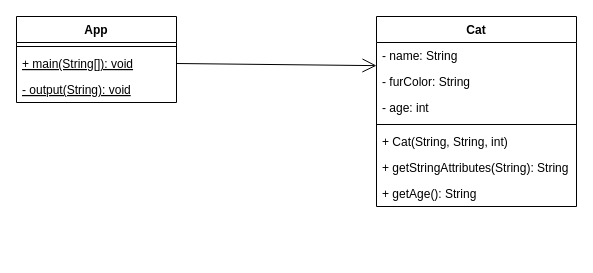
Above: klassendiagramm.drawio in mariussimen/03a_Klassen_Objekte_3 (draw.io), before the change. Source tidied: cells renumbered, new cells numbered last; positions are measured from the earlier drawing's top-left corner, leaving out a move shared by most shapes. Both pictures are drawn from the tidied source at 100%, with x=0, y=0 at pixel (16, 16).
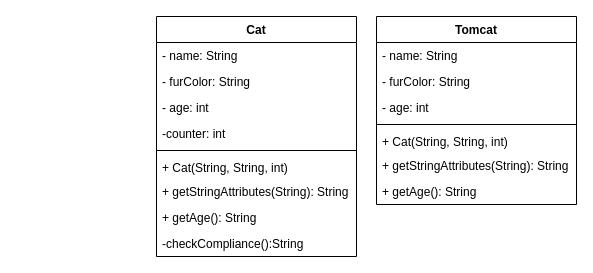
Above is the later version.

What changed in the source:
```diff
@@
 <mxGraphModel>
   <root>
     <mxCell id="0" />
     <mxCell id="1" parent="0" />
-    <mxCell id="2" value="Cat" style="swimlane;fontStyle=1;align=center;verticalAlign=top;horizontal=1;startSize=26;" parent="1" vertex="1">
-      <mxGeometry x="360" width="200" height="190" as="geometry" />
+    <mxCell id="2" value="Tomcat" style="swimlane;fontStyle=1;align=center;verticalAlign=top;horizontal=1;startSize=26;" parent="1" vertex="1">
+      <mxGeometry x="360" width="200" height="188" as="geometry" />
     </mxCell>
     <mxCell id="3" value="- name: String" style="text;strokeColor=none;fillColor=none;align=left;verticalAlign=top;spacingLeft=4;spacingRight=4;overflow=hidden;points=[[0,0.5],[1,0.5]];portConstraint=eastwest;" parent="2" vertex="1">
       <mxGeometry y="26" width="200" height="26" as="geometry" />
     </mxCell>
     <mxCell id="4" value="- furColor: String" style="text;strokeColor=none;fillColor=none;align=left;verticalAlign=top;spacingLeft=4;spacingRight=4;overflow=hidden;" parent="2" vertex="1">
       <mxGeometry y="52" width="200" height="26" as="geometry" />
     </mxCell>
-    <mxCell id="5" value="- age: int" style="text;strokeColor=none;fillColor=none;align=left;verticalAlign=top;spacingLeft=4;spacingRight=4;overflow=hidden;" parent="2" vertex="1">
+    <mxCell id="5" value="- age: int&#10;" style="text;strokeColor=none;fillColor=none;align=left;verticalAlign=top;spacingLeft=4;spacingRight=4;overflow=hidden;" parent="2" vertex="1">
       <mxGeometry y="78" width="200" height="26" as="geometry" />
     </mxCell>
     <mxCell id="6" style="line;strokeWidth=1;fillColor=none;align=left;verticalAlign=middle;spacingTop=-1;spacingLeft=3;spacingRight=3;labelPosition=right;strokeColor=inherit;" parent="2" vertex="1">
       <mxGeometry y="104" width="200" height="8" as="geometry" />
     </mxCell>
     <mxCell id="7" value="+ Cat(String, String, int)" style="text;strokeColor=none;fillColor=none;align=left;verticalAlign=top;spacingLeft=4;spacingRight=4;overflow=hidden;" parent="2" vertex="1">
-      <mxGeometry y="112" width="200" height="26" as="geometry" />
+      <mxGeometry y="112" width="200" height="24" as="geometry" />
     </mxCell>
     <mxCell id="8" value="+ getStringAttributes(String): String" style="text;strokeColor=none;fillColor=none;align=left;verticalAlign=top;spacingLeft=4;spacingRight=4;overflow=hidden;" parent="2" vertex="1">
-      <mxGeometry y="138" width="200" height="26" as="geometry" />
+      <mxGeometry y="136" width="200" height="26" as="geometry" />
     </mxCell>
     <mxCell id="9" value="+ getAge(): String" style="text;strokeColor=none;fillColor=none;align=left;verticalAlign=top;spacingLeft=4;spacingRight=4;overflow=hidden;" parent="2" vertex="1">
-      <mxGeometry y="164" width="200" height="26" as="geometry" />
+      <mxGeometry y="162" width="200" height="26" as="geometry" />
     </mxCell>
-    <mxCell id="10" value="App" style="swimlane;fontStyle=1;align=center;verticalAlign=top;horizontal=1;startSize=26;" parent="1" vertex="1">
-      <mxGeometry width="160" height="86" as="geometry" />
-    </mxCell>
-    <mxCell id="11" style="line;strokeWidth=1;fillColor=none;align=left;verticalAlign=middle;spacingTop=-1;spacingLeft=3;spacingRight=3;labelPosition=right;strokeColor=inherit;" parent="10" vertex="1">
-      <mxGeometry y="26" width="160" height="8" as="geometry" />
-    </mxCell>
-    <mxCell id="12" value="+ main(String[]): void" style="text;strokeColor=none;fillColor=none;align=left;verticalAlign=top;spacingLeft=4;spacingRight=4;overflow=hidden;points=[[0,0.5],[1,0.5]];portConstraint=eastwest;fontStyle=4;" parent="10" vertex="1">
-      <mxGeometry y="34" width="160" height="26" as="geometry" />
-    </mxCell>
-    <mxCell id="13" value="- output(String): void" style="text;strokeColor=none;fillColor=none;align=left;verticalAlign=top;spacingLeft=4;spacingRight=4;overflow=hidden;fontStyle=4;" parent="10" vertex="1">
-      <mxGeometry y="60" width="160" height="26" as="geometry" />
-    </mxCell>
-    <mxCell id="14" style="endArrow=open;endFill=1;endSize=12;html=1;exitX=1;exitY=0.5;exitDx=0;exitDy=0;entryX=0;entryY=0.89;entryDx=0;entryDy=0;entryPerimeter=0;" parent="1" edge="1" source="12" target="3">
-      <mxGeometry relative="1" as="geometry" />
-    </mxCell>
+    <mxCell id="15" value="Cat" style="swimlane;fontStyle=1;align=center;verticalAlign=top;horizontal=1;startSize=26;" parent="1" vertex="1">
+      <mxGeometry x="140" width="200" height="240" as="geometry" />
+    </mxCell>
+    <mxCell id="16" value="- name: String" style="text;strokeColor=none;fillColor=none;align=left;verticalAlign=top;spacingLeft=4;spacingRight=4;overflow=hidden;" parent="15" vertex="1">
+      <mxGeometry y="26" width="200" height="26" as="geometry" />
+    </mxCell>
+    <mxCell id="17" value="- furColor: String" style="text;strokeColor=none;fillColor=none;align=left;verticalAlign=top;spacingLeft=4;spacingRight=4;overflow=hidden;" parent="15" vertex="1">
+      <mxGeometry y="52" width="200" height="26" as="geometry" />
+    </mxCell>
+    <mxCell id="18" value="- age: int&#10;" style="text;strokeColor=none;fillColor=none;align=left;verticalAlign=top;spacingLeft=4;spacingRight=4;overflow=hidden;" parent="15" vertex="1">
+      <mxGeometry y="78" width="200" height="26" as="geometry" />
+    </mxCell>
+    <mxCell id="19" value="-counter: int" style="text;strokeColor=none;fillColor=none;align=left;verticalAlign=top;spacingLeft=4;spacingRight=4;overflow=hidden;" parent="15" vertex="1">
+      <mxGeometry y="104" width="200" height="26" as="geometry" />
+    </mxCell>
+    <mxCell id="20" style="line;strokeWidth=1;fillColor=none;align=left;verticalAlign=middle;spacingTop=-1;spacingLeft=3;spacingRight=3;labelPosition=right;strokeColor=inherit;" parent="15" vertex="1">
+      <mxGeometry y="130" width="200" height="8" as="geometry" />
+    </mxCell>
+    <mxCell id="21" value="+ Cat(String, String, int)" style="text;strokeColor=none;fillColor=none;align=left;verticalAlign=top;spacingLeft=4;spacingRight=4;overflow=hidden;" parent="15" vertex="1">
+      <mxGeometry y="138" width="200" height="24" as="geometry" />
+    </mxCell>
+    <mxCell id="22" value="+ getStringAttributes(String): String" style="text;strokeColor=none;fillColor=none;align=left;verticalAlign=top;spacingLeft=4;spacingRight=4;overflow=hidden;" parent="15" vertex="1">
+      <mxGeometry y="162" width="200" height="26" as="geometry" />
+    </mxCell>
+    <mxCell id="23" value="+ getAge(): String" style="text;strokeColor=none;fillColor=none;align=left;verticalAlign=top;spacingLeft=4;spacingRight=4;overflow=hidden;" parent="15" vertex="1">
+      <mxGeometry y="188" width="200" height="26" as="geometry" />
+    </mxCell>
+    <mxCell id="24" value="-checkCompliance():String" style="text;strokeColor=none;fillColor=none;align=left;verticalAlign=top;spacingLeft=4;spacingRight=4;overflow=hidden;" parent="15" vertex="1">
+      <mxGeometry y="214" width="200" height="26" as="geometry" />
+    </mxCell>
   </root>
 </mxGraphModel>
```
